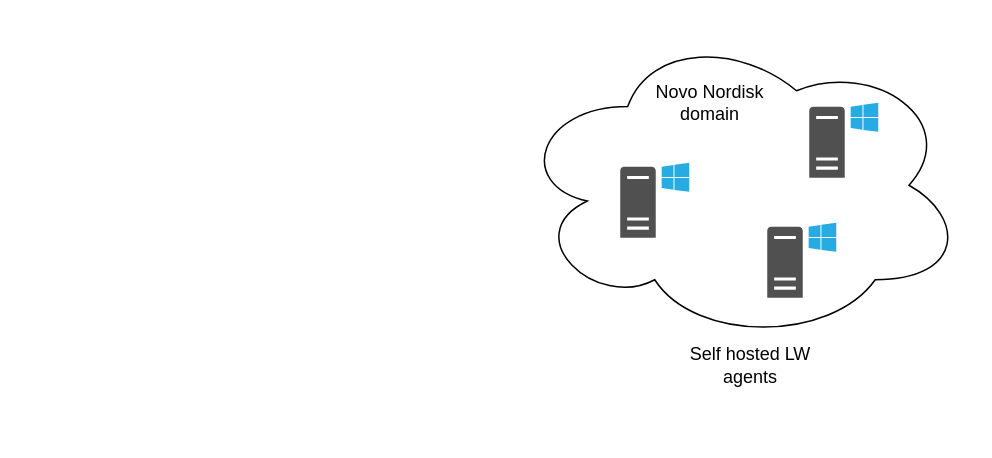
The draw.io diagram LWAgentsMigration.drawio in surajnaik90/Architectures-Designs, before the edit. Source tidied: cells renumbered, new cells numbered last; positions are measured from the earlier drawing's top-left corner, leaving out a move shared by most shapes. Both pictures are drawn from the tidied source at 150%, with x=0, y=0 at pixel (514, 27).
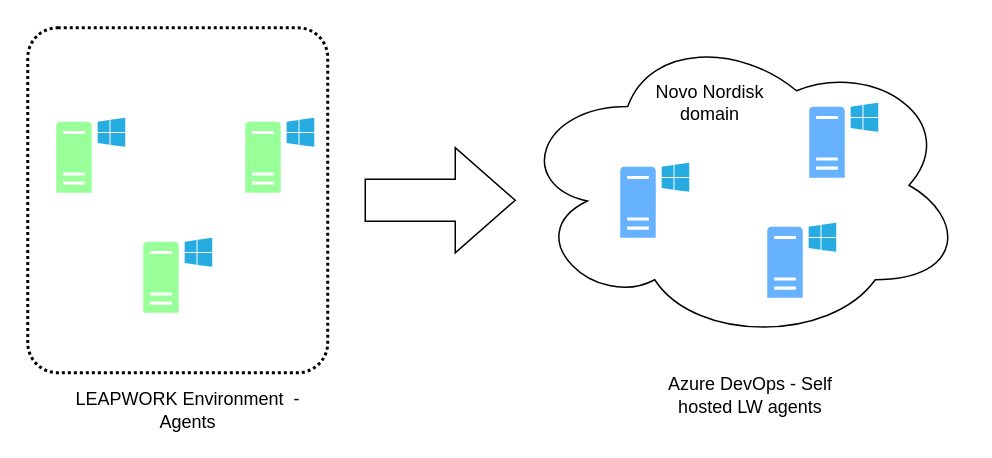
Above is the later version.

Diff of the diagram source:
```diff
@@
 <mxGraphModel>
   <root>
     <mxCell id="0" />
     <mxCell id="1" parent="0" />
+    <mxCell id="8" style="rounded=1;arcSize=10;dashed=1;fillColor=none;gradientColor=none;dashPattern=1 1;strokeWidth=2;" parent="1" vertex="1">
+      <mxGeometry x="-325" width="200" height="230" as="geometry" />
+    </mxCell>
     <mxCell id="2" style="ellipse;shape=cloud;whiteSpace=wrap;html=1;" parent="1" vertex="1">
       <mxGeometry width="300" height="210" as="geometry" />
     </mxCell>
-    <mxCell id="3" style="sketch=0;shadow=0;dashed=0;html=1;strokeColor=none;fillColor=#505050;labelPosition=center;verticalLabelPosition=bottom;verticalAlign=top;align=center;shape=mxgraph.office.servers.windows_server;" parent="1" vertex="1">
+    <mxCell id="3" style="sketch=0;shadow=0;dashed=0;html=1;strokeColor=none;fillColor=#66B2FF;labelPosition=center;verticalLabelPosition=bottom;verticalAlign=top;align=center;shape=mxgraph.office.servers.windows_server;" parent="1" vertex="1">
       <mxGeometry x="70" y="90" width="46" height="50" as="geometry" />
     </mxCell>
-    <mxCell id="4" style="sketch=0;shadow=0;dashed=0;html=1;strokeColor=none;fillColor=#505050;labelPosition=center;verticalLabelPosition=bottom;verticalAlign=top;align=center;shape=mxgraph.office.servers.windows_server;" parent="1" vertex="1">
+    <mxCell id="4" style="sketch=0;shadow=0;dashed=0;html=1;strokeColor=none;fillColor=#66B2FF;labelPosition=center;verticalLabelPosition=bottom;verticalAlign=top;align=center;shape=mxgraph.office.servers.windows_server;" parent="1" vertex="1">
       <mxGeometry x="196" y="50" width="46" height="50" as="geometry" />
     </mxCell>
-    <mxCell id="5" style="sketch=0;shadow=0;dashed=0;html=1;strokeColor=none;fillColor=#505050;labelPosition=center;verticalLabelPosition=bottom;verticalAlign=top;align=center;shape=mxgraph.office.servers.windows_server;" parent="1" vertex="1">
+    <mxCell id="5" style="sketch=0;shadow=0;dashed=0;html=1;strokeColor=none;fillColor=#66B2FF;labelPosition=center;verticalLabelPosition=bottom;verticalAlign=top;align=center;shape=mxgraph.office.servers.windows_server;" parent="1" vertex="1">
       <mxGeometry x="168" y="130" width="46" height="50" as="geometry" />
     </mxCell>
-    <mxCell id="6" value="Self hosted LW agents" style="text;html=1;strokeColor=none;fillColor=none;align=center;verticalAlign=middle;whiteSpace=wrap;rounded=0;" parent="1" vertex="1">
-      <mxGeometry x="100" y="210" width="114" height="30" as="geometry" />
+    <mxCell id="6" value="Azure DevOps - Self hosted LW agents" style="text;html=1;strokeColor=none;fillColor=none;align=center;verticalAlign=middle;whiteSpace=wrap;rounded=0;" parent="1" vertex="1">
+      <mxGeometry x="100" y="230" width="114" height="30" as="geometry" />
     </mxCell>
     <mxCell id="7" value="Novo Nordisk domain" style="text;html=1;strokeColor=none;fillColor=none;align=center;verticalAlign=middle;whiteSpace=wrap;rounded=0;" parent="1" vertex="1">
       <mxGeometry x="80" y="40" width="100" height="20" as="geometry" />
     </mxCell>
+    <mxCell id="9" style="sketch=0;shadow=0;dashed=0;html=1;strokeColor=none;fillColor=#99FF99;labelPosition=center;verticalLabelPosition=bottom;verticalAlign=top;align=center;shape=mxgraph.office.servers.windows_server;" parent="1" vertex="1">
+      <mxGeometry x="-306" y="60" width="46" height="50" as="geometry" />
+    </mxCell>
+    <mxCell id="10" style="sketch=0;shadow=0;dashed=0;html=1;strokeColor=none;fillColor=#99FF99;labelPosition=center;verticalLabelPosition=bottom;verticalAlign=top;align=center;shape=mxgraph.office.servers.windows_server;" parent="1" vertex="1">
+      <mxGeometry x="-180" y="60" width="46" height="50" as="geometry" />
+    </mxCell>
+    <mxCell id="11" style="sketch=0;shadow=0;dashed=0;html=1;strokeColor=none;fillColor=#99FF99;labelPosition=center;verticalLabelPosition=bottom;verticalAlign=top;align=center;shape=mxgraph.office.servers.windows_server;" parent="1" vertex="1">
+      <mxGeometry x="-248" y="140" width="46" height="50" as="geometry" />
+    </mxCell>
+    <mxCell id="12" style="html=1;shadow=0;dashed=0;align=center;verticalAlign=middle;shape=mxgraph.arrows2.arrow;dy=0.6;dx=40;notch=0;" parent="1" vertex="1">
+      <mxGeometry x="-100" y="80" width="100" height="70" as="geometry" />
+    </mxCell>
+    <mxCell id="13" value="LEAPWORK Environment&amp;nbsp; - Agents" style="text;html=1;strokeColor=none;fillColor=none;align=center;verticalAlign=middle;whiteSpace=wrap;rounded=0;" parent="1" vertex="1">
+      <mxGeometry x="-298" y="240" width="160" height="30" as="geometry" />
+    </mxCell>
   </root>
 </mxGraphModel>
```
